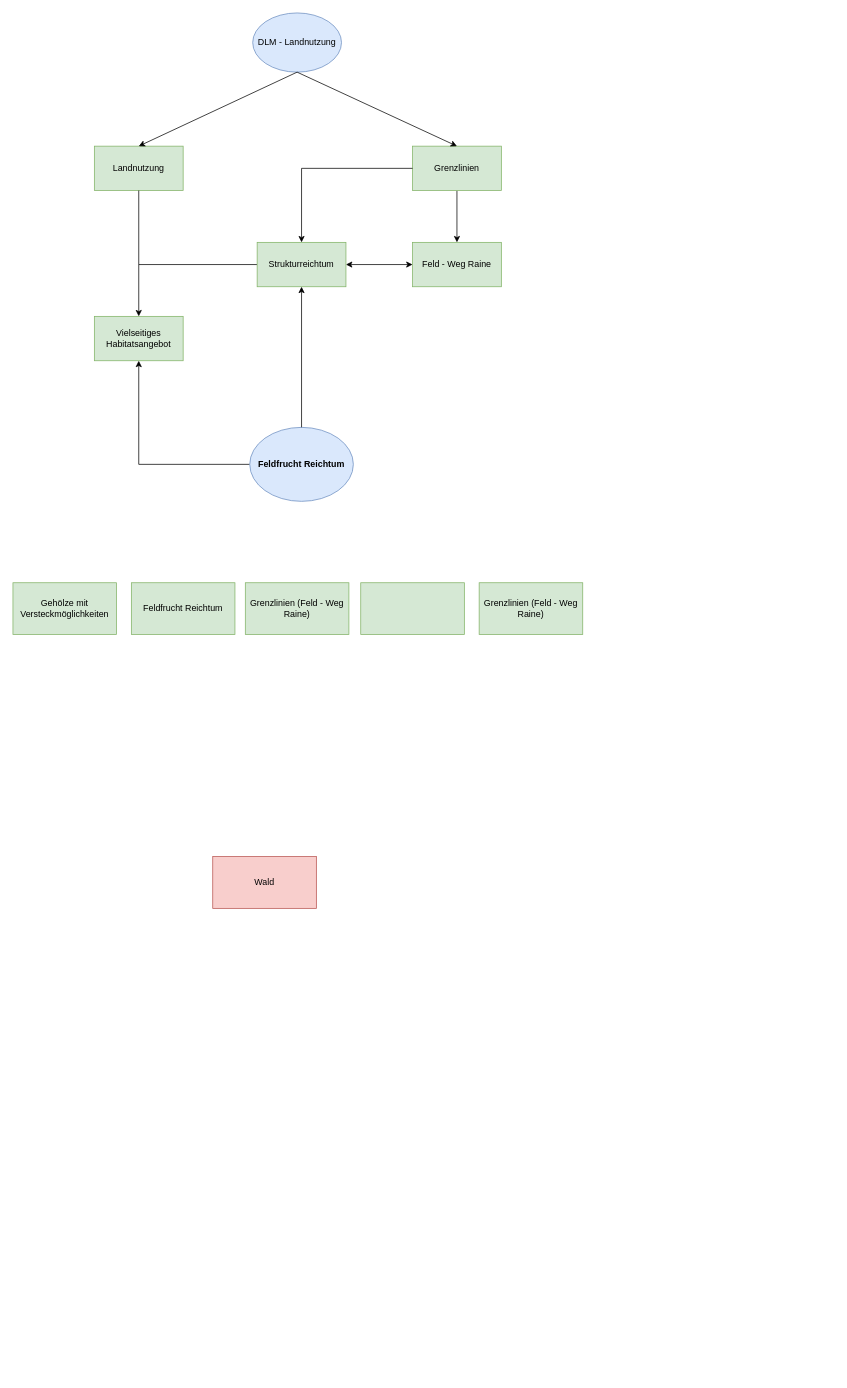
Above: Rebhuhn.drawio in luismaecker/Tests (draw.io), before the change. Source tidied: cells renumbered, new cells numbered last; positions are measured from the earlier drawing's top-left corner, leaving out a move shared by most shapes. Both pictures are drawn from the tidied source at 74%, with x=0, y=0 at pixel (13, 13).
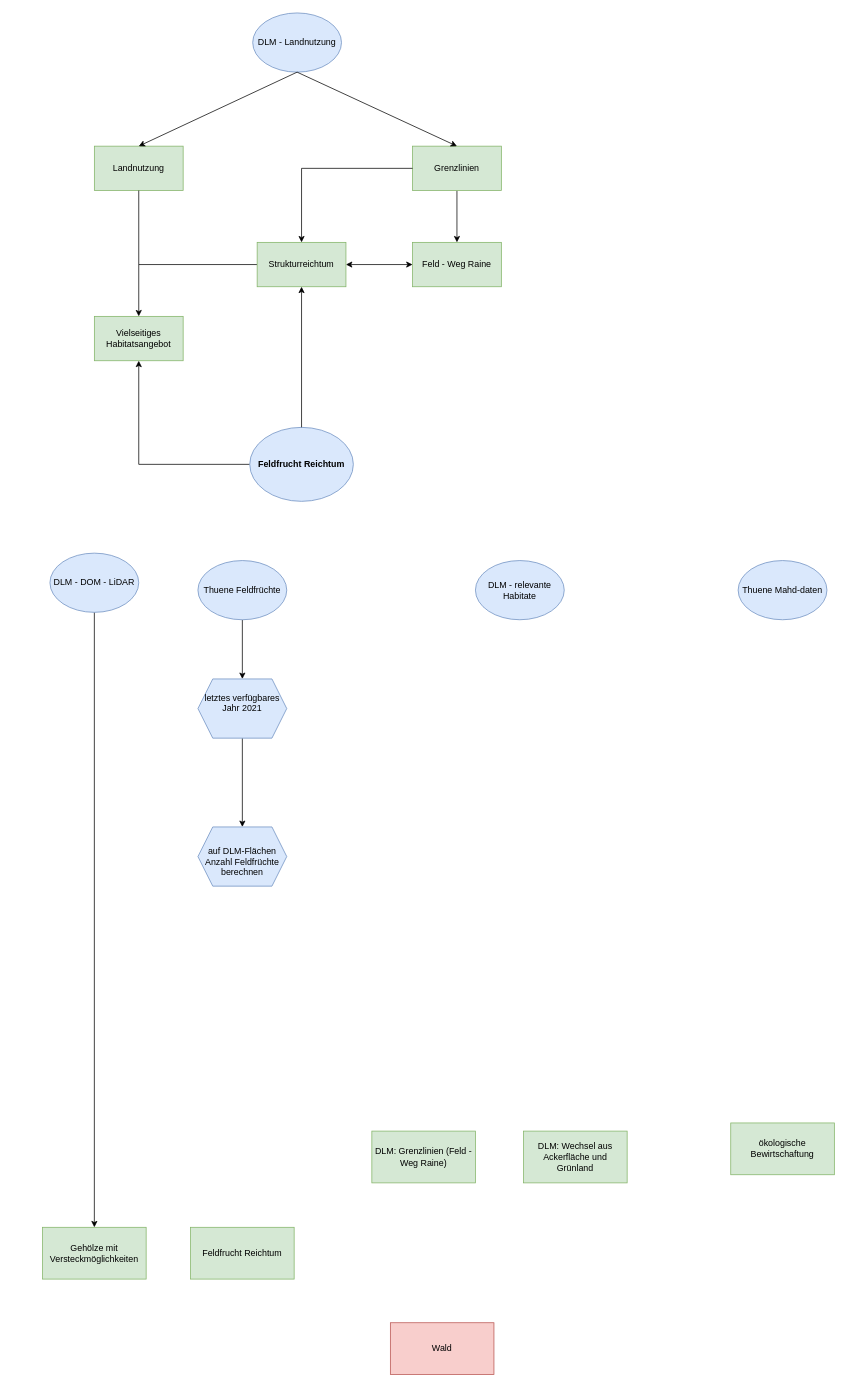
After the change.

Diff of the diagram source:
```diff
@@
     <mxCell id="18" value="Gehölze mit Versteckmöglichkeiten" style="rounded=0;whiteSpace=wrap;html=1;fillColor=#d5e8d4;strokeColor=#82b366;" parent="1" vertex="1">
-      <mxGeometry y="770" width="140" height="70" as="geometry" />
+      <mxGeometry x="40" y="1641" width="140" height="70" as="geometry" />
     </mxCell>
     <mxCell id="19" value="Wald" style="rounded=0;whiteSpace=wrap;html=1;fillColor=#f8cecc;strokeColor=#b85450;" parent="1" vertex="1">
-      <mxGeometry x="270" y="1140" width="140" height="70" as="geometry" />
+      <mxGeometry x="510" y="1770" width="140" height="70" as="geometry" />
     </mxCell>
     <mxCell id="20" value="Feldfrucht Reichtum" style="rounded=0;whiteSpace=wrap;html=1;fillColor=#d5e8d4;strokeColor=#82b366;" parent="1" vertex="1">
-      <mxGeometry x="160" y="770" width="140" height="70" as="geometry" />
+      <mxGeometry x="240" y="1641" width="140" height="70" as="geometry" />
     </mxCell>
-    <mxCell id="21" value="Grenzlinien (Feld - Weg Raine)" style="rounded=0;whiteSpace=wrap;html=1;fillColor=#d5e8d4;strokeColor=#82b366;" parent="1" vertex="1">
-      <mxGeometry x="314" y="770" width="140" height="70" as="geometry" />
+    <mxCell id="21" value="DLM: Grenzlinien (Feld - Weg Raine)" style="rounded=0;whiteSpace=wrap;html=1;fillColor=#d5e8d4;strokeColor=#82b366;" parent="1" vertex="1">
+      <mxGeometry x="485" y="1511" width="140" height="70" as="geometry" />
     </mxCell>
-    <mxCell id="22" style="rounded=0;whiteSpace=wrap;html=1;fillColor=#d5e8d4;strokeColor=#82b366;" parent="1" vertex="1">
-      <mxGeometry x="470" y="770" width="140" height="70" as="geometry" />
+    <mxCell id="22" value="DLM: Wechsel aus Ackerfläche und Grünland" style="rounded=0;whiteSpace=wrap;html=1;fillColor=#d5e8d4;strokeColor=#82b366;" parent="1" vertex="1">
+      <mxGeometry x="690" y="1511" width="140" height="70" as="geometry" />
     </mxCell>
-    <mxCell id="23" value="Grenzlinien (Feld - Weg Raine)" style="rounded=0;whiteSpace=wrap;html=1;fillColor=#d5e8d4;strokeColor=#82b366;" parent="1" vertex="1">
-      <mxGeometry x="630" y="770" width="140" height="70" as="geometry" />
+    <mxCell id="23" value="ökologische Bewirtschaftung" style="rounded=0;whiteSpace=wrap;html=1;fillColor=#d5e8d4;strokeColor=#82b366;" parent="1" vertex="1">
+      <mxGeometry x="970" y="1500" width="140" height="70" as="geometry" />
     </mxCell>
+    <mxCell id="24" style="edgeStyle=orthogonalEdgeStyle;rounded=0;jettySize=auto;html=1;" parent="1" edge="1" source="25" target="18">
+      <mxGeometry relative="1" as="geometry" />
+    </mxCell>
+    <mxCell id="25" value="DLM - DOM - LiDAR" style="ellipse;whiteSpace=wrap;html=1;fillColor=#dae8fc;strokeColor=#6c8ebf;" parent="1" vertex="1">
+      <mxGeometry x="50" y="730" width="120" height="80" as="geometry" />
+    </mxCell>
+    <mxCell id="26" value="DLM - relevante Habitate" style="ellipse;whiteSpace=wrap;html=1;fillColor=#dae8fc;strokeColor=#6c8ebf;" parent="1" vertex="1">
+      <mxGeometry x="625" y="740" width="120" height="80" as="geometry" />
+    </mxCell>
+    <mxCell id="27" style="edgeStyle=orthogonalEdgeStyle;rounded=0;jettySize=auto;html=1;" parent="1" edge="1" source="28" target="31">
+      <mxGeometry relative="1" as="geometry" />
+    </mxCell>
+    <mxCell id="28" value="Thuene Feldfrüchte" style="ellipse;whiteSpace=wrap;html=1;fillColor=#dae8fc;strokeColor=#6c8ebf;" parent="1" vertex="1">
+      <mxGeometry x="250" y="740" width="120" height="80" as="geometry" />
+    </mxCell>
+    <mxCell id="29" value="Thuene Mahd-daten" style="ellipse;whiteSpace=wrap;html=1;fillColor=#dae8fc;strokeColor=#6c8ebf;" parent="1" vertex="1">
+      <mxGeometry x="980" y="740" width="120" height="80" as="geometry" />
+    </mxCell>
+    <mxCell id="30" style="edgeStyle=orthogonalEdgeStyle;rounded=0;jettySize=auto;html=1;" parent="1" edge="1" source="31" target="32">
+      <mxGeometry relative="1" as="geometry" />
+    </mxCell>
+    <mxCell id="31" value="&#10;letztes verfügbares Jahr 2021&#10;&#10;" style="shape=hexagon;perimeter=hexagonPerimeter2;whiteSpace=wrap;html=1;fixedSize=1;fillColor=#dae8fc;strokeColor=#6c8ebf;" parent="1" vertex="1">
+      <mxGeometry x="250" y="900" width="120" height="80" as="geometry" />
+    </mxCell>
+    <mxCell id="32" value="&lt;br&gt;auf DLM-Flächen Anzahl Feldfrüchte berechnen&lt;br&gt;" style="shape=hexagon;perimeter=hexagonPerimeter2;whiteSpace=wrap;html=1;fixedSize=1;fillColor=#dae8fc;strokeColor=#6c8ebf;" parent="1" vertex="1">
+      <mxGeometry x="250" y="1100" width="120" height="80" as="geometry" />
+    </mxCell>
```
